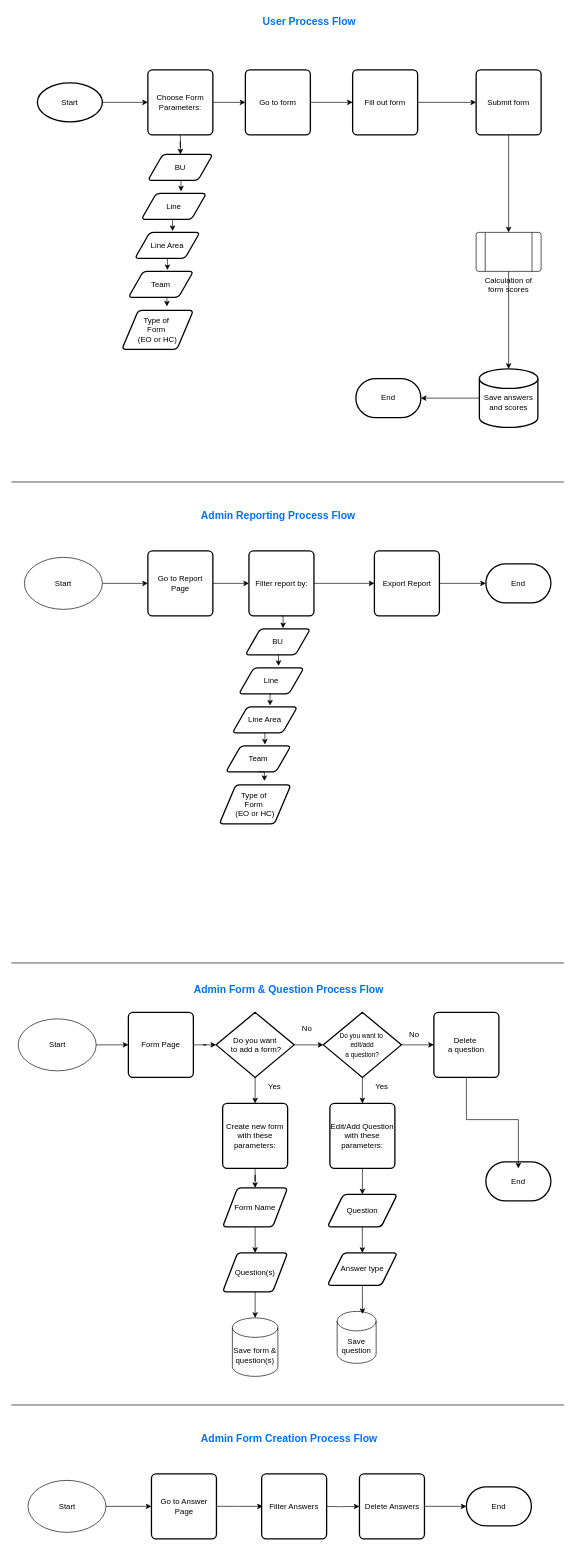
Earlier version of the draw.io diagram EO and HC User Flow Diagram.drawio (josephkligel/diagrams). Source tidied: cells renumbered, new cells numbered last; positions are measured from the earlier drawing's top-left corner, leaving out a move shared by most shapes. Both pictures are drawn from the tidied source at 65%, with x=0, y=0 at pixel (11, 11).
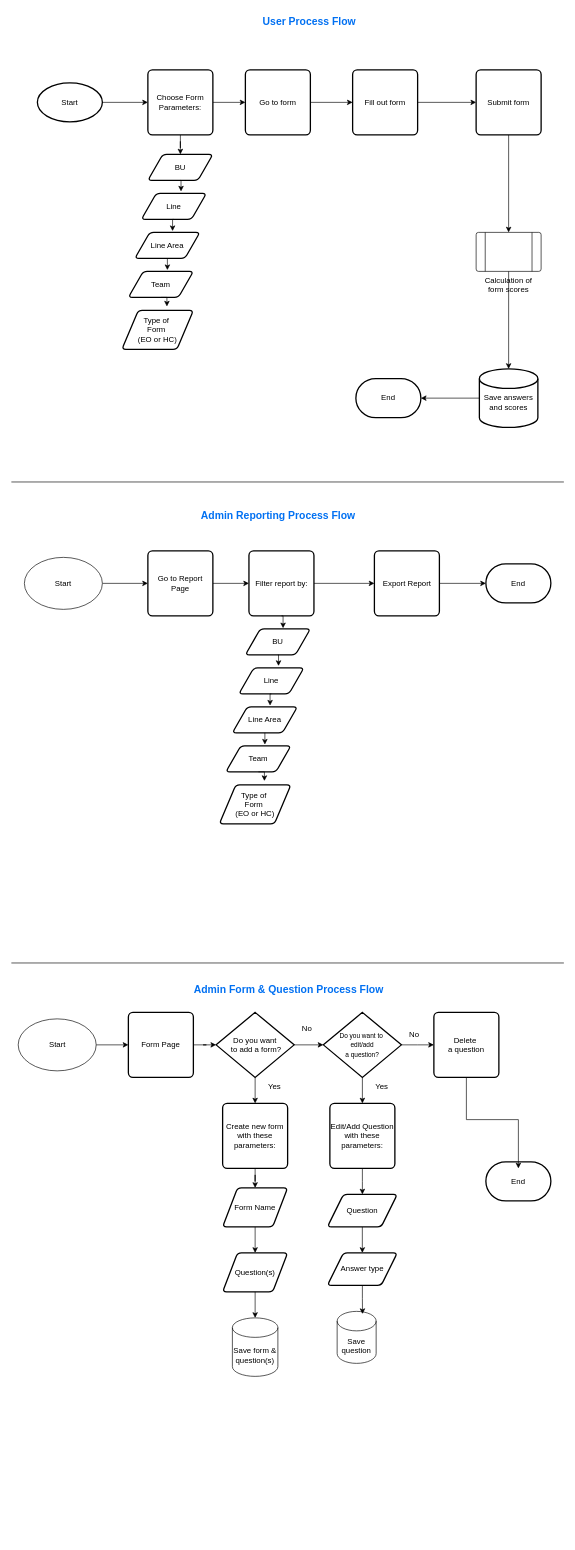
Above is the later version.

What changed in the source:
```diff
@@
-    <mxCell id="40" style="edgeStyle=orthogonalEdgeStyle;rounded=0;jettySize=auto;html=1;" parent="1" edge="1" source="41" target="43">
-      <mxGeometry relative="1" as="geometry" />
-    </mxCell>
-    <mxCell id="41" value="Start" style="ellipse;whiteSpace=wrap;html=1;" parent="1" vertex="1">
-      <mxGeometry x="25.5" y="2260" width="120" height="80" as="geometry" />
-    </mxCell>
-    <mxCell id="42" style="edgeStyle=orthogonalEdgeStyle;rounded=0;jettySize=auto;html=1;" parent="1" edge="1" source="43">
-      <mxGeometry relative="1" as="geometry">
-        <mxPoint x="386.7" y="2300" as="targetPoint" />
-      </mxGeometry>
-    </mxCell>
-    <mxCell id="43" value="Go to Answer Page" style="rounded=1;whiteSpace=wrap;html=1;absoluteArcSize=1;arcSize=14;strokeWidth=2;" parent="1" vertex="1">
-      <mxGeometry x="215.5" y="2250" width="100" height="100" as="geometry" />
-    </mxCell>
-    <mxCell id="44" style="edgeStyle=orthogonalEdgeStyle;rounded=0;jettySize=auto;html=1;" parent="1" edge="1" target="46">
-      <mxGeometry relative="1" as="geometry">
-        <mxPoint x="475.3" y="2300" as="sourcePoint" />
-      </mxGeometry>
-    </mxCell>
-    <mxCell id="45" style="edgeStyle=orthogonalEdgeStyle;rounded=0;jettySize=auto;html=1;" parent="1" edge="1" source="46" target="91">
-      <mxGeometry relative="1" as="geometry" />
-    </mxCell>
-    <mxCell id="46" value="Delete Answers" style="rounded=1;whiteSpace=wrap;html=1;absoluteArcSize=1;arcSize=14;strokeWidth=2;" parent="1" vertex="1">
-      <mxGeometry x="535.5" y="2250" width="100" height="100" as="geometry" />
-    </mxCell>
@@
-    <mxCell id="76" style="line;strokeWidth=1;fillColor=none;align=left;verticalAlign=middle;spacingTop=-1;spacingLeft=3;spacingRight=3;labelPosition=right;strokeColor=inherit;" parent="1" vertex="1">
-      <mxGeometry y="2140" width="850" height="8" as="geometry" />
-    </mxCell>
-    <mxCell id="77" value="Admin Form Creation Process Flow" style="text;html=1;align=left;verticalAlign=middle;strokeColor=none;fillColor=none;fontSize=16;fontColor=#0070F2;fontFamily=Helvetica;fontStyle=1;" parent="1" vertex="1">
-      <mxGeometry x="290" y="2180" width="280" height="30" as="geometry" />
-    </mxCell>
@@
-    <mxCell id="91" value="End" style="strokeWidth=2;html=1;shape=mxgraph.flowchart.terminator;whiteSpace=wrap;" parent="1" vertex="1">
-      <mxGeometry x="700" y="2270" width="100" height="60" as="geometry" />
-    </mxCell>
-    <mxCell id="92" value="Filter Answers" style="rounded=1;whiteSpace=wrap;html=1;absoluteArcSize=1;arcSize=14;strokeWidth=2;" parent="1" vertex="1">
-      <mxGeometry x="385" y="2250" width="100" height="100" as="geometry" />
-    </mxCell>
```
